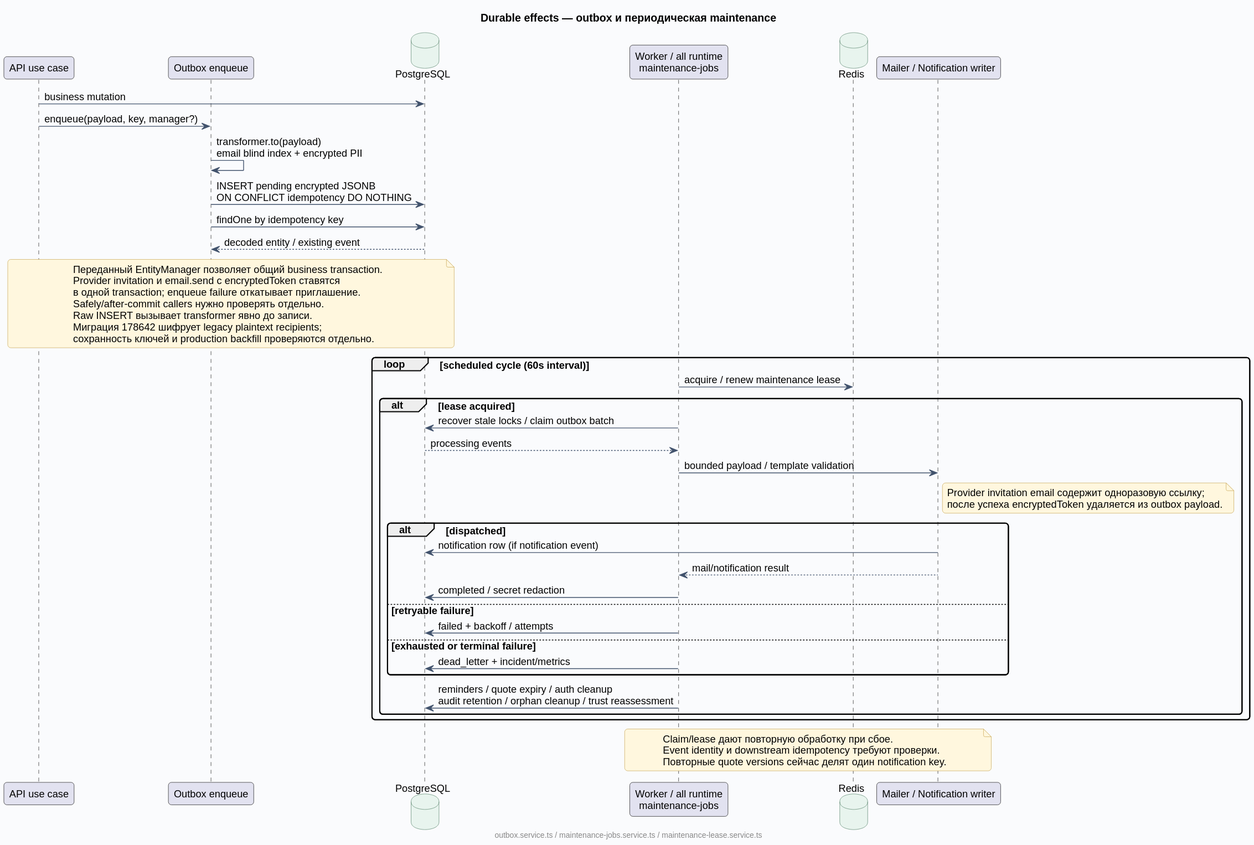
Above: docs/diagrams/rendered/08-outbox-maintenance.svg in Dima163163/auto-care-hub (PlantUML), before the change.
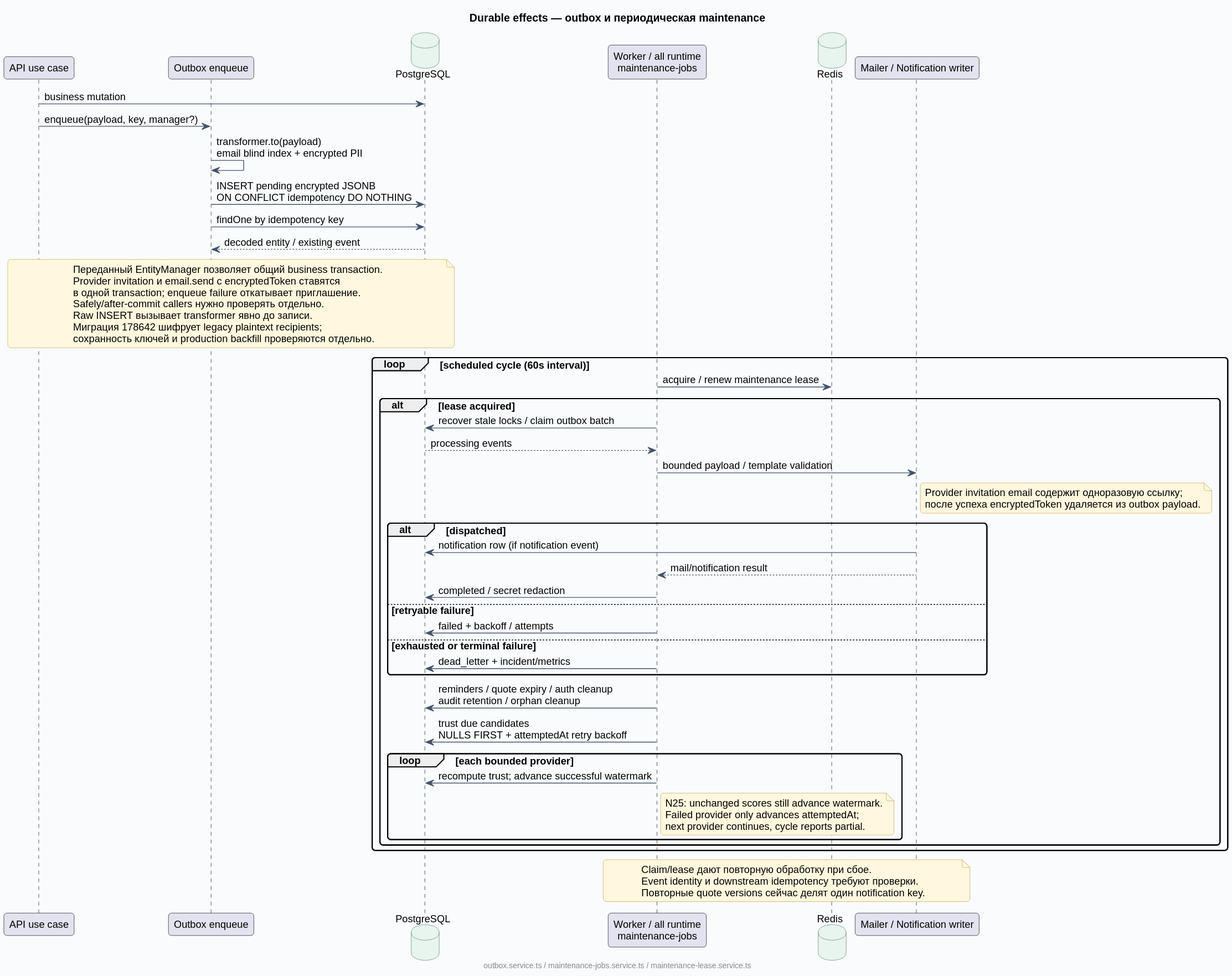
The same diagram one commit later.

What changed in the source:
```diff
@@ -41,7 +41,16 @@
     else exhausted or terminal failure
       Worker -> PG : dead_letter + incident/metrics
     end
-    Worker -> PG : reminders / quote expiry / auth cleanup\naudit retention / orphan cleanup / trust reassessment
+    Worker -> PG : reminders / quote expiry / auth cleanup\naudit retention / orphan cleanup
+    Worker -> PG : trust due candidates\nNULLS FIRST + attemptedAt retry backoff
+    loop each bounded provider
+      Worker -> PG : recompute trust; advance successful watermark
+      note right of Worker
+        N25: unchanged scores still advance watermark.
+        Failed provider only advances attemptedAt;
+        next provider continues, cycle reports partial.
+      end note
+    end
   end
 end
 note over Worker, Delivery
```
